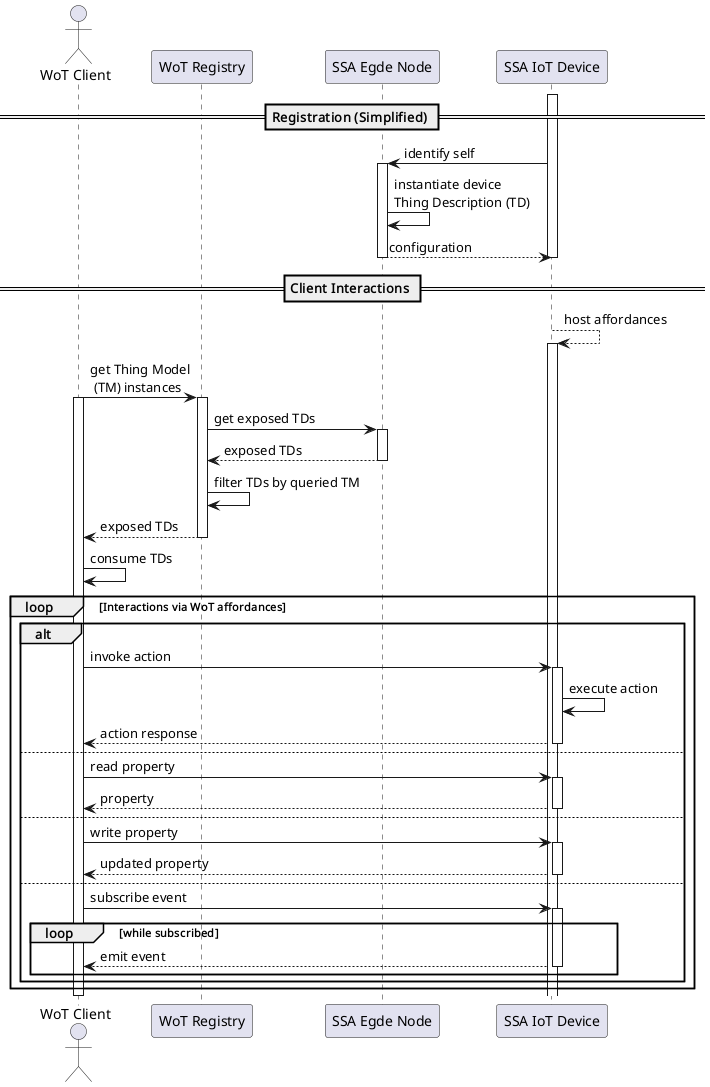
les2feup/CityLink keeps this PlantUML diagram as uml/wot_client.png. Above is the earlier version. Its diagram source:
```plantuml
@startuml

actor "WoT Client" as client
participant "WoT Registry" as wot
participant "SSA Egde Node" as edge
participant "SSA IoT Device"  as device

== Registration (Simplified) ==

activate device
device -> edge : identify self
activate edge
edge -> edge : instantiate device\nThing Description (TD)
edge --> device : configuration
deactivate edge
deactivate device

== Client Interactions ==

device --> device : host affordances
activate device

client -> wot : get Thing Model\n (TM) instances
activate client
activate wot

wot -> edge : get exposed TDs
activate edge
edge --> wot : exposed TDs
deactivate edge

wot -> wot : filter TDs by queried TM
wot --> client : exposed TDs
deactivate wot

client -> client : consume TDs

loop Interactions via WoT affordances
    alt
        client -> device : invoke action
        activate device
        device -> device : execute action
        device --> client : action response
        deactivate device

    else
        client -> device : read property
        activate device
        device --> client : property
        deactivate device

    else
        client -> device : write property
        activate device
        device --> client : updated property
        deactivate device

    else
        client -> device : subscribe event
        activate device
        loop while subscribed
            device --> client : emit event
            deactivate device
        end
    end
end

deactivate client
@enduml
```
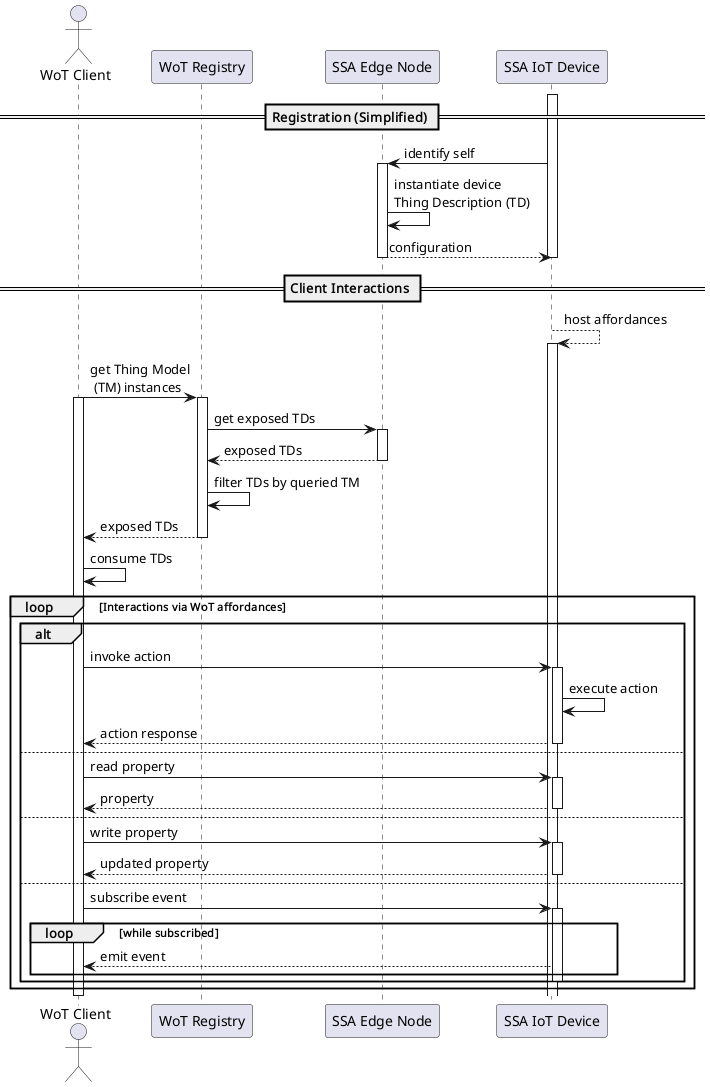
After the change.

Diff of the diagram source:
```diff
@@ -2,7 +2,7 @@
 
 actor "WoT Client" as client
 participant "WoT Registry" as wot
-participant "SSA Egde Node" as edge
+participant "SSA Edge Node" as edge
 participant "SSA IoT Device"  as device
 
 == Registration (Simplified) ==
@@ -60,8 +60,8 @@
         activate device
         loop while subscribed
             device --> client : emit event
-            deactivate device
         end
+        deactivate device
     end
 end
 
```
